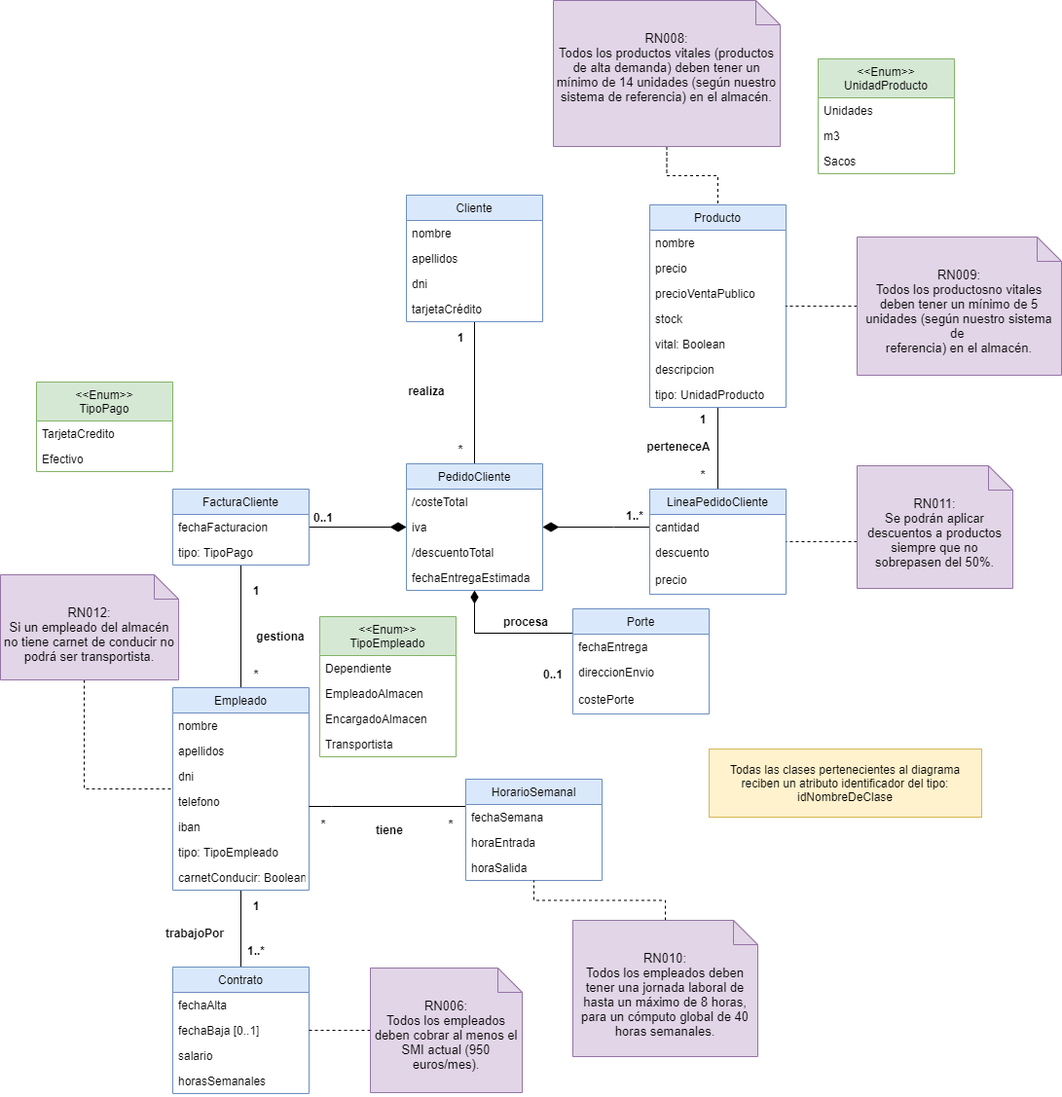
This is diagramas/diagramas del modelado conceptual/diagramaDePedidoDeCliente.png from felipescalera/Proyecto-IR, a draw.io export, as it was before one commit. Source tidied: cells renumbered, new cells last; positions are measured from the earlier drawing's top-left corner, leaving out a move shared by most shapes.
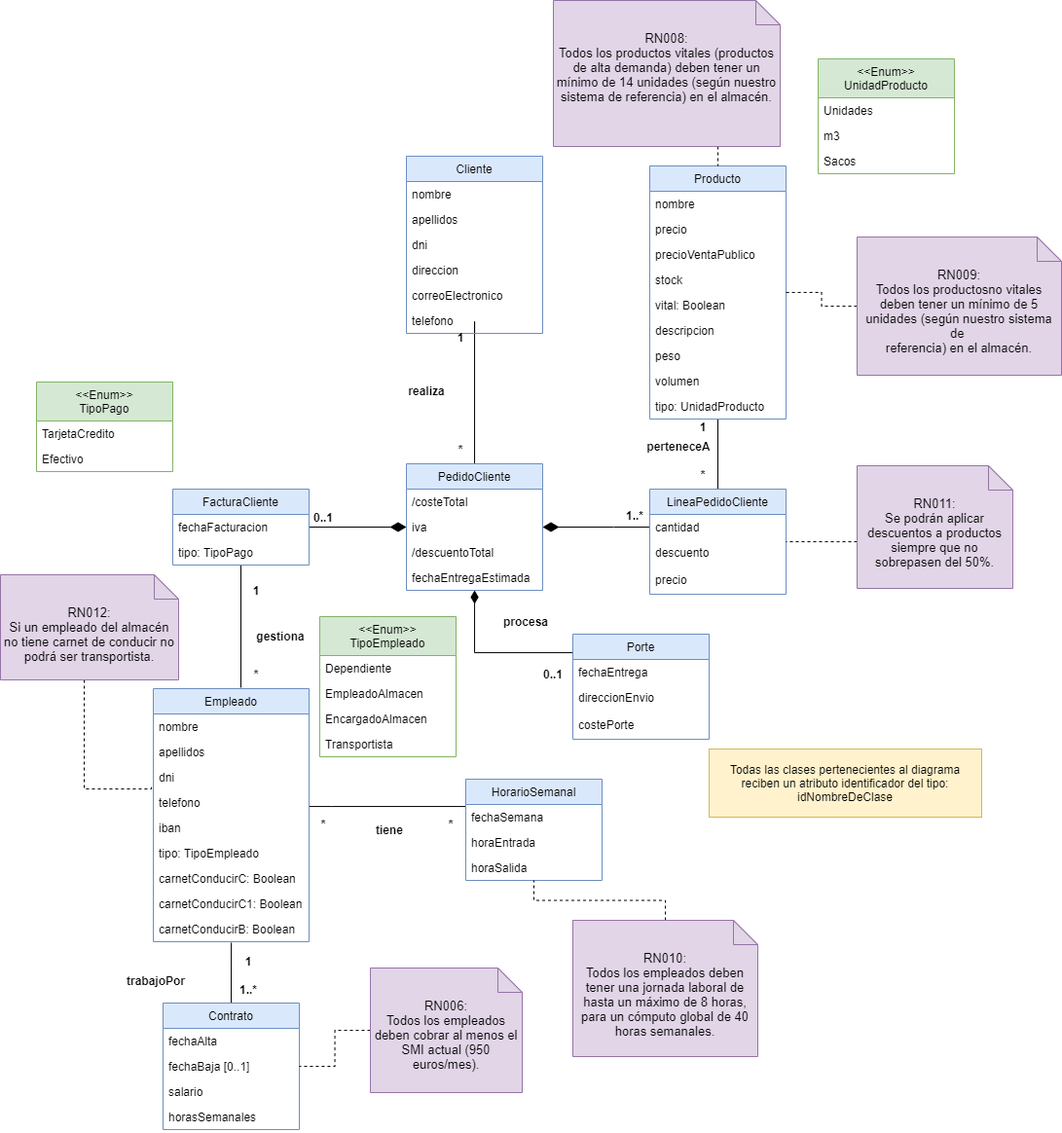
Above is the later version.

Diff of the diagram source:
```diff
@@ -11,7 +11,7 @@
       </mxGeometry>
     </mxCell>
     <mxCell id="3" value="Cliente" style="swimlane;fontStyle=0;horizontal=1;startSize=26;fillColor=#dae8fc;strokeColor=#6c8ebf;" parent="1" vertex="1">
-      <mxGeometry x="417" y="200" width="140" height="130" as="geometry" />
+      <mxGeometry x="417" y="160" width="140" height="182" as="geometry" />
     </mxCell>
     <mxCell id="4" value="nombre" style="text;strokeColor=none;fillColor=none;align=left;verticalAlign=top;spacingLeft=4;spacingRight=4;overflow=hidden;" parent="3" vertex="1">
       <mxGeometry y="26" width="140" height="26" as="geometry" />
@@ -22,14 +22,20 @@
     <mxCell id="6" value="dni" style="text;strokeColor=none;fillColor=none;align=left;verticalAlign=top;spacingLeft=4;spacingRight=4;overflow=hidden;" parent="3" vertex="1">
       <mxGeometry y="78" width="140" height="26" as="geometry" />
     </mxCell>
-    <mxCell id="7" value="tarjetaCrédito" style="text;strokeColor=none;fillColor=none;align=left;verticalAlign=top;spacingLeft=4;spacingRight=4;overflow=hidden;" parent="3" vertex="1">
-      <mxGeometry y="104" width="140" height="26" as="geometry" />
-    </mxCell>
+    <mxCell id="100" value="direccion" style="text;strokeColor=none;fillColor=none;align=left;verticalAlign=top;spacingLeft=4;spacingRight=4;overflow=hidden;" parent="3" vertex="1">
+      <mxGeometry y="104" width="140" height="26" as="geometry" />
+    </mxCell>
+    <mxCell id="101" value="correoElectronico" style="text;strokeColor=none;fillColor=none;align=left;verticalAlign=top;spacingLeft=4;spacingRight=4;overflow=hidden;" parent="3" vertex="1">
+      <mxGeometry y="130" width="140" height="26" as="geometry" />
+    </mxCell>
+    <mxCell id="102" value="telefono" style="text;strokeColor=none;fillColor=none;align=left;verticalAlign=top;spacingLeft=4;spacingRight=4;overflow=hidden;" parent="3" vertex="1">
+      <mxGeometry y="156" width="140" height="26" as="geometry" />
+    </mxCell>
     <mxCell id="8" style="edgeStyle=orthogonalEdgeStyle;rounded=0;jettySize=auto;html=1;endArrow=none;endFill=0;endSize=14;targetPerimeterSpacing=0;strokeWidth=1;" parent="1" edge="1" source="9" target="18">
       <mxGeometry relative="1" as="geometry" />
     </mxCell>
     <mxCell id="9" value="Producto" style="swimlane;fontStyle=0;horizontal=1;startSize=26;fillColor=#dae8fc;strokeColor=#6c8ebf;" parent="1" vertex="1">
-      <mxGeometry x="667" y="210" width="140" height="208" as="geometry" />
+      <mxGeometry x="667" y="170" width="140" height="260" as="geometry" />
     </mxCell>
     <mxCell id="10" value="nombre" style="text;strokeColor=none;fillColor=none;align=left;verticalAlign=top;spacingLeft=4;spacingRight=4;overflow=hidden;" parent="9" vertex="1">
       <mxGeometry y="26" width="140" height="26" as="geometry" />
@@ -49,8 +55,14 @@
     <mxCell id="15" value="descripcion" style="text;strokeColor=none;fillColor=none;align=left;verticalAlign=top;spacingLeft=4;spacingRight=4;overflow=hidden;" parent="9" vertex="1">
       <mxGeometry y="156" width="140" height="26" as="geometry" />
     </mxCell>
+    <mxCell id="103" value="peso" style="text;strokeColor=none;fillColor=none;align=left;verticalAlign=top;spacingLeft=4;spacingRight=4;overflow=hidden;" parent="9" vertex="1">
+      <mxGeometry y="182" width="140" height="26" as="geometry" />
+    </mxCell>
+    <mxCell id="104" value="volumen" style="text;strokeColor=none;fillColor=none;align=left;verticalAlign=top;spacingLeft=4;spacingRight=4;overflow=hidden;" parent="9" vertex="1">
+      <mxGeometry y="208" width="140" height="26" as="geometry" />
+    </mxCell>
     <mxCell id="16" value="tipo: UnidadProducto" style="text;strokeColor=none;fillColor=none;align=left;verticalAlign=top;spacingLeft=4;spacingRight=4;overflow=hidden;" parent="9" vertex="1">
-      <mxGeometry y="182" width="140" height="26" as="geometry" />
+      <mxGeometry y="234" width="140" height="26" as="geometry" />
     </mxCell>
     <mxCell id="17" style="edgeStyle=orthogonalEdgeStyle;rounded=0;jettySize=auto;html=1;endArrow=diamondThin;endFill=1;endSize=14;targetPerimeterSpacing=0;strokeWidth=1;" parent="1" edge="1" source="18" target="23">
       <mxGeometry relative="1" as="geometry">
@@ -75,7 +87,8 @@
     <mxCell id="22" style="edgeStyle=orthogonalEdgeStyle;rounded=0;jettySize=auto;html=1;endArrow=none;endFill=0;startArrow=diamondThin;startFill=1;endSize=8;startSize=11;" parent="1" edge="1" source="23" target="59">
       <mxGeometry relative="1" as="geometry">
         <Array as="points">
-          <mxPoint x="487" y="650" />
+          <mxPoint x="487" y="670" />
+          <mxPoint x="590" y="670" />
         </Array>
       </mxGeometry>
     </mxCell>
@@ -112,8 +125,10 @@
     <mxCell id="33" style="edgeStyle=orthogonalEdgeStyle;rounded=0;jettySize=auto;html=1;endArrow=diamondThin;endFill=1;endSize=14;targetPerimeterSpacing=0;strokeWidth=1;" parent="1" edge="1" source="35" target="23">
       <mxGeometry relative="1" as="geometry" />
     </mxCell>
-    <mxCell id="34" style="edgeStyle=orthogonalEdgeStyle;rounded=0;jettySize=auto;html=1;endArrow=none;endFill=0;" parent="1" edge="1" source="35" target="42">
-      <mxGeometry relative="1" as="geometry" />
+    <mxCell id="34" style="edgeStyle=orthogonalEdgeStyle;rounded=0;jettySize=auto;html=1;endArrow=none;endFill=0;" parent="1" edge="1" source="35">
+      <mxGeometry relative="1" as="geometry">
+        <mxPoint x="247" y="706" as="targetPoint" />
+      </mxGeometry>
     </mxCell>
     <mxCell id="35" value="FacturaCliente" style="swimlane;fontStyle=0;horizontal=1;startSize=26;fillColor=#dae8fc;strokeColor=#6c8ebf;" parent="1" vertex="1">
       <mxGeometry x="177" y="502" width="140" height="78" as="geometry" />
@@ -125,7 +140,7 @@
       <mxGeometry y="52" width="140" height="26" as="geometry" />
     </mxCell>
     <mxCell id="38" value="1" style="text;align=center;fontStyle=1;verticalAlign=middle;spacingLeft=3;spacingRight=3;strokeColor=none;" parent="1" vertex="1">
-      <mxGeometry x="707" y="414" width="30" height="31" as="geometry" />
+      <mxGeometry x="707" y="422.5" width="30" height="31" as="geometry" />
     </mxCell>
     <mxCell id="39" value="0..1" style="text;align=center;fontStyle=1;verticalAlign=middle;spacingLeft=3;spacingRight=3;strokeColor=none;" parent="1" vertex="1">
       <mxGeometry x="317" y="515" width="30" height="31" as="geometry" />
@@ -133,41 +148,22 @@
     <mxCell id="40" value="*" style="text;align=center;fontStyle=1;verticalAlign=middle;spacingLeft=3;spacingRight=3;strokeColor=none;" parent="1" vertex="1">
       <mxGeometry x="458" y="445" width="30" height="31" as="geometry" />
     </mxCell>
-    <mxCell id="41" style="edgeStyle=orthogonalEdgeStyle;rounded=0;jettySize=auto;html=1;endArrow=none;endFill=0;" parent="1" edge="1" source="42" target="52">
-      <mxGeometry relative="1" as="geometry" />
-    </mxCell>
-    <mxCell id="42" value="Empleado" style="swimlane;fontStyle=0;horizontal=1;startSize=26;fillColor=#dae8fc;strokeColor=#6c8ebf;" parent="1" vertex="1">
-      <mxGeometry x="177" y="706" width="140" height="208" as="geometry" />
-    </mxCell>
-    <mxCell id="43" value="nombre" style="text;strokeColor=none;fillColor=none;align=left;verticalAlign=top;spacingLeft=4;spacingRight=4;overflow=hidden;" parent="42" vertex="1">
-      <mxGeometry y="26" width="140" height="26" as="geometry" />
-    </mxCell>
-    <mxCell id="44" value="apellidos" style="text;strokeColor=none;fillColor=none;align=left;verticalAlign=top;spacingLeft=4;spacingRight=4;overflow=hidden;" parent="42" vertex="1">
-      <mxGeometry y="52" width="140" height="26" as="geometry" />
-    </mxCell>
-    <mxCell id="45" value="dni" style="text;strokeColor=none;fillColor=none;align=left;verticalAlign=top;spacingLeft=4;spacingRight=4;overflow=hidden;" parent="42" vertex="1">
-      <mxGeometry y="78" width="140" height="26" as="geometry" />
-    </mxCell>
-    <mxCell id="46" value="telefono" style="text;strokeColor=none;fillColor=none;align=left;verticalAlign=top;spacingLeft=4;spacingRight=4;overflow=hidden;" parent="42" vertex="1">
-      <mxGeometry y="104" width="140" height="26" as="geometry" />
-    </mxCell>
-    <mxCell id="47" value="iban" style="text;strokeColor=none;fillColor=none;align=left;verticalAlign=top;spacingLeft=4;spacingRight=4;overflow=hidden;" parent="42" vertex="1">
-      <mxGeometry y="130" width="140" height="26" as="geometry" />
-    </mxCell>
-    <mxCell id="48" value="tipo: TipoEmpleado" style="text;strokeColor=none;fillColor=none;align=left;verticalAlign=top;spacingLeft=4;spacingRight=4;overflow=hidden;" parent="42" vertex="1">
-      <mxGeometry y="156" width="140" height="26" as="geometry" />
-    </mxCell>
-    <mxCell id="49" value="carnetConducir: Boolean" style="text;strokeColor=none;fillColor=none;align=left;verticalAlign=top;spacingLeft=4;spacingRight=4;overflow=hidden;" parent="42" vertex="1">
-      <mxGeometry y="182" width="140" height="26" as="geometry" />
-    </mxCell>
     <mxCell id="50" value="1" style="text;align=center;fontStyle=1;verticalAlign=middle;spacingLeft=3;spacingRight=3;strokeColor=none;" parent="1" vertex="1">
       <mxGeometry x="248" y="590" width="30" height="31" as="geometry" />
     </mxCell>
     <mxCell id="51" value="*" style="text;align=center;fontStyle=1;verticalAlign=middle;spacingLeft=3;spacingRight=3;strokeColor=none;" parent="1" vertex="1">
       <mxGeometry x="248" y="676" width="30" height="31" as="geometry" />
     </mxCell>
+    <mxCell id="105" style="edgeStyle=orthogonalEdgeStyle;rounded=0;jettySize=auto;html=1;exitX=0.5;exitY=0;exitDx=0;exitDy=0;endArrow=none;endFill=0;" parent="1" edge="1" source="52">
+      <mxGeometry relative="1" as="geometry">
+        <mxPoint x="237" y="968" as="targetPoint" />
+        <Array as="points">
+          <mxPoint x="237" y="968" />
+        </Array>
+      </mxGeometry>
+    </mxCell>
     <mxCell id="52" value="Contrato" style="swimlane;fontStyle=0;horizontal=1;startSize=26;fillColor=#dae8fc;strokeColor=#6c8ebf;" parent="1" vertex="1">
-      <mxGeometry x="177" y="993" width="140" height="130" as="geometry" />
+      <mxGeometry x="167" y="1030" width="140" height="130" as="geometry" />
     </mxCell>
     <mxCell id="53" value="fechaAlta" style="text;strokeColor=none;fillColor=none;align=left;verticalAlign=top;spacingLeft=4;spacingRight=4;overflow=hidden;" parent="52" vertex="1">
       <mxGeometry y="26" width="140" height="26" as="geometry" />
@@ -182,13 +178,13 @@
       <mxGeometry y="104" width="140" height="26" as="geometry" />
     </mxCell>
     <mxCell id="57" value="1" style="text;align=center;fontStyle=1;verticalAlign=middle;spacingLeft=3;spacingRight=3;strokeColor=none;" parent="1" vertex="1">
-      <mxGeometry x="248" y="914" width="30" height="31" as="geometry" />
+      <mxGeometry x="240" y="971.5" width="30" height="31" as="geometry" />
     </mxCell>
     <mxCell id="58" value="1..*" style="text;align=center;fontStyle=1;verticalAlign=middle;spacingLeft=3;spacingRight=3;strokeColor=none;" parent="1" vertex="1">
-      <mxGeometry x="248" y="960" width="30" height="31" as="geometry" />
+      <mxGeometry x="240" y="1000" width="30" height="31" as="geometry" />
     </mxCell>
     <mxCell id="59" value="Porte" style="swimlane;fontStyle=0;horizontal=1;startSize=26;fillColor=#dae8fc;strokeColor=#6c8ebf;" parent="1" vertex="1">
-      <mxGeometry x="588" y="625" width="140" height="108" as="geometry" />
+      <mxGeometry x="588" y="651" width="140" height="108" as="geometry" />
     </mxCell>
     <mxCell id="60" value="fechaEntrega" style="text;strokeColor=none;fillColor=none;align=left;verticalAlign=top;spacingLeft=4;spacingRight=4;overflow=hidden;" parent="59" vertex="1">
       <mxGeometry y="26" width="140" height="26" as="geometry" />
@@ -199,8 +195,9 @@
     <mxCell id="62" value="costePorte" style="text;strokeColor=none;fillColor=none;align=left;verticalAlign=top;spacingLeft=4;spacingRight=4;overflow=hidden;" parent="59" vertex="1">
       <mxGeometry y="80" width="140" height="28" as="geometry" />
     </mxCell>
-    <mxCell id="63" style="edgeStyle=orthogonalEdgeStyle;rounded=0;jettySize=auto;html=1;endArrow=none;endFill=0;" parent="1" edge="1" source="64" target="42">
+    <mxCell id="63" style="edgeStyle=orthogonalEdgeStyle;rounded=0;jettySize=auto;html=1;endArrow=none;endFill=0;" parent="1" edge="1" source="64">
       <mxGeometry relative="1" as="geometry">
+        <mxPoint x="317" y="828.1" as="targetPoint" />
         <Array as="points">
           <mxPoint x="340" y="828" />
           <mxPoint x="340" y="828" />
@@ -244,7 +241,7 @@
       <mxGeometry x="360" y="839" width="80" height="26" as="geometry" />
     </mxCell>
     <mxCell id="76" value="trabajoPor" style="text;align=center;fontStyle=1;verticalAlign=middle;spacingLeft=3;spacingRight=3;strokeColor=none;" parent="1" vertex="1">
-      <mxGeometry x="160" y="945" width="80" height="26" as="geometry" />
+      <mxGeometry x="120" y="994" width="80" height="26" as="geometry" />
     </mxCell>
     <mxCell id="77" style="edgeStyle=orthogonalEdgeStyle;rounded=0;jettySize=auto;html=1;dashed=1;endArrow=none;endFill=0;" parent="1" edge="1" source="78" target="52">
       <mxGeometry relative="1" as="geometry" />
@@ -253,7 +250,12 @@
       <mxGeometry x="380" y="994" width="156" height="128" as="geometry" />
     </mxCell>
     <mxCell id="79" style="edgeStyle=orthogonalEdgeStyle;rounded=0;jettySize=auto;html=1;dashed=1;endArrow=none;endFill=0;" parent="1" edge="1" source="80" target="9">
-      <mxGeometry relative="1" as="geometry" />
+      <mxGeometry relative="1" as="geometry">
+        <Array as="points">
+          <mxPoint x="737" y="160" />
+          <mxPoint x="737" y="160" />
+        </Array>
+      </mxGeometry>
     </mxCell>
     <mxCell id="80" value="&lt;font style=&quot;font-size: 13px&quot;&gt;RN008:&lt;br&gt;&lt;/font&gt;&lt;div style=&quot;font-size: 13px&quot;&gt;&lt;font style=&quot;font-size: 13px&quot;&gt;Todos los &lt;a title=&quot;Producto, Productos: Cosa producida. Cualquier objeto del negocio que se disponga a la venta o alquiler.&quot; class=&quot;rem_ref&quot;&gt;productos&lt;/a&gt; vitales (&lt;a title=&quot;Producto, Productos: Cosa producida. Cualquier objeto del negocio que se disponga a la venta o alquiler.&quot; class=&quot;rem_ref&quot;&gt;productos&lt;/a&gt; de alta demanda) deben tener un mínimo de 14 unidades (según nuestro sistema de referencia) en el almacén.&lt;/font&gt;&lt;/div&gt;" style="shape=note2;boundedLbl=1;whiteSpace=wrap;html=1;size=25;verticalAlign=top;align=center;fillColor=#e1d5e7;strokeColor=#9673a6;" parent="1" vertex="1">
       <mxGeometry x="568" width="233" height="150" as="geometry" />
@@ -281,10 +283,11 @@
     <mxCell id="86" value="&lt;div&gt;&lt;font style=&quot;font-size: 13px&quot;&gt;RN011:&lt;br&gt;&lt;/font&gt;&lt;/div&gt;&lt;div align=&quot;center&quot;&gt;&lt;font style=&quot;font-size: 13px&quot;&gt;Se podrán aplicar descuentos a productos siempre que no sobrepasen del 50%.&lt;/font&gt;&lt;/div&gt;" style="shape=note2;boundedLbl=1;whiteSpace=wrap;html=1;size=25;verticalAlign=top;align=center;fillColor=#e1d5e7;strokeColor=#9673a6;" parent="1" vertex="1">
       <mxGeometry x="880" y="478" width="160" height="126" as="geometry" />
     </mxCell>
-    <mxCell id="87" style="edgeStyle=orthogonalEdgeStyle;rounded=0;jettySize=auto;html=1;dashed=1;endArrow=none;endFill=0;" parent="1" edge="1" source="88" target="42">
+    <mxCell id="87" style="edgeStyle=orthogonalEdgeStyle;rounded=0;jettySize=auto;html=1;dashed=1;endArrow=none;endFill=0;entryX=-0.012;entryY=-0.121;entryDx=0;entryDy=0;entryPerimeter=0;" parent="1" edge="1" source="88" target="106">
       <mxGeometry relative="1" as="geometry">
         <Array as="points">
           <mxPoint x="86" y="810" />
+          <mxPoint x="155" y="810" />
         </Array>
       </mxGeometry>
     </mxCell>
@@ -324,5 +327,35 @@
     <mxCell id="99" value="Sacos" style="text;strokeColor=none;fillColor=none;align=left;verticalAlign=top;spacingLeft=4;spacingRight=4;overflow=hidden;" parent="96" vertex="1">
       <mxGeometry y="92" width="140" height="26" as="geometry" />
     </mxCell>
+    <mxCell id="42" value="Empleado" style="swimlane;fontStyle=0;horizontal=1;startSize=26;fillColor=#dae8fc;strokeColor=#6c8ebf;" parent="1" vertex="1">
+      <mxGeometry x="157" y="707" width="160" height="260" as="geometry" />
+    </mxCell>
+    <mxCell id="43" value="nombre" style="text;strokeColor=none;fillColor=none;align=left;verticalAlign=top;spacingLeft=4;spacingRight=4;overflow=hidden;" parent="42" vertex="1">
+      <mxGeometry y="26" width="160" height="26" as="geometry" />
+    </mxCell>
+    <mxCell id="44" value="apellidos" style="text;strokeColor=none;fillColor=none;align=left;verticalAlign=top;spacingLeft=4;spacingRight=4;overflow=hidden;" parent="42" vertex="1">
+      <mxGeometry y="52" width="160" height="26" as="geometry" />
+    </mxCell>
+    <mxCell id="45" value="dni" style="text;strokeColor=none;fillColor=none;align=left;verticalAlign=top;spacingLeft=4;spacingRight=4;overflow=hidden;" parent="42" vertex="1">
+      <mxGeometry y="78" width="160" height="26" as="geometry" />
+    </mxCell>
+    <mxCell id="106" value="telefono" style="text;strokeColor=none;fillColor=none;align=left;verticalAlign=top;spacingLeft=4;spacingRight=4;overflow=hidden;points=[[0,0.5],[1,0.5]];portConstraint=eastwest;" parent="42" vertex="1">
+      <mxGeometry y="104" width="160" height="26" as="geometry" />
+    </mxCell>
+    <mxCell id="47" value="iban" style="text;strokeColor=none;fillColor=none;align=left;verticalAlign=top;spacingLeft=4;spacingRight=4;overflow=hidden;" parent="42" vertex="1">
+      <mxGeometry y="130" width="160" height="26" as="geometry" />
+    </mxCell>
+    <mxCell id="48" value="tipo: TipoEmpleado" style="text;strokeColor=none;fillColor=none;align=left;verticalAlign=top;spacingLeft=4;spacingRight=4;overflow=hidden;" parent="42" vertex="1">
+      <mxGeometry y="156" width="160" height="26" as="geometry" />
+    </mxCell>
+    <mxCell id="107" value="carnetConducirC: Boolean" style="text;strokeColor=none;fillColor=none;align=left;verticalAlign=top;spacingLeft=4;spacingRight=4;overflow=hidden;" parent="42" vertex="1">
+      <mxGeometry y="182" width="160" height="26" as="geometry" />
+    </mxCell>
+    <mxCell id="108" value="carnetConducirC1: Boolean" style="text;strokeColor=none;fillColor=none;align=left;verticalAlign=top;spacingLeft=4;spacingRight=4;overflow=hidden;" parent="42" vertex="1">
+      <mxGeometry y="208" width="160" height="26" as="geometry" />
+    </mxCell>
+    <mxCell id="109" value="carnetConducirB: Boolean" style="text;strokeColor=none;fillColor=none;align=left;verticalAlign=top;spacingLeft=4;spacingRight=4;overflow=hidden;" parent="42" vertex="1">
+      <mxGeometry y="234" width="160" height="26" as="geometry" />
+    </mxCell>
   </root>
 </mxGraphModel>
```
